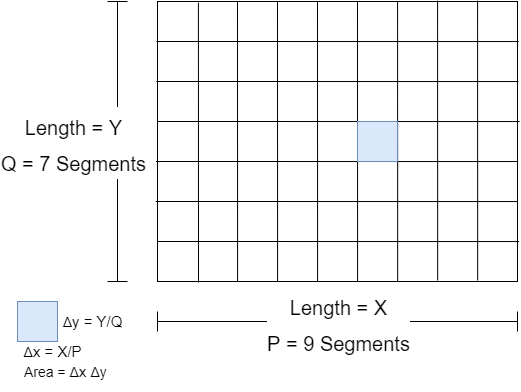
Earlier version of the draw.io export JupyterNotebook/images/rectangular_geometry.png (jdumont01/HeatEquation). Source tidied: cells renumbered, new cells last; positions are measured from the earlier drawing's top-left corner, leaving out a move shared by most shapes. Source of this version:
```xml
<mxGraphModel math="1">
  <root>
    <mxCell id="0" />
    <mxCell id="1" parent="0" />
    <mxCell id="2" style="rounded=0;whiteSpace=wrap;html=1;" parent="1" vertex="1">
      <mxGeometry x="140" y="1" width="360" height="280" as="geometry" />
    </mxCell>
    <mxCell id="3" style="endArrow=none;html=1;rounded=0;entryX=0.122;entryY=0.004;entryDx=0;entryDy=0;entryPerimeter=0;" parent="1" edge="1">
      <mxGeometry relative="1" as="geometry">
        <mxPoint x="181" y="282" as="sourcePoint" />
        <mxPoint x="180.9" y="2.1" as="targetPoint" />
      </mxGeometry>
    </mxCell>
    <mxCell id="4" style="endArrow=none;html=1;rounded=0;entryX=0.122;entryY=0.004;entryDx=0;entryDy=0;entryPerimeter=0;" parent="1" edge="1">
      <mxGeometry relative="1" as="geometry">
        <mxPoint x="220.1" y="280.9" as="sourcePoint" />
        <mxPoint x="220" y="1" as="targetPoint" />
      </mxGeometry>
    </mxCell>
    <mxCell id="5" style="endArrow=none;html=1;rounded=0;entryX=0.122;entryY=0.004;entryDx=0;entryDy=0;entryPerimeter=0;" parent="1" edge="1">
      <mxGeometry relative="1" as="geometry">
        <mxPoint x="260.1" y="281" as="sourcePoint" />
        <mxPoint x="260" y="1.1" as="targetPoint" />
      </mxGeometry>
    </mxCell>
    <mxCell id="6" style="endArrow=none;html=1;rounded=0;entryX=0.122;entryY=0.004;entryDx=0;entryDy=0;entryPerimeter=0;" parent="1" edge="1">
      <mxGeometry relative="1" as="geometry">
        <mxPoint x="300.1" y="281" as="sourcePoint" />
        <mxPoint x="300" y="1.1" as="targetPoint" />
      </mxGeometry>
    </mxCell>
    <mxCell id="7" style="endArrow=none;html=1;rounded=0;entryX=0.122;entryY=0.004;entryDx=0;entryDy=0;entryPerimeter=0;" parent="1" edge="1">
      <mxGeometry relative="1" as="geometry">
        <mxPoint x="340.1" y="281" as="sourcePoint" />
        <mxPoint x="340" y="1.1" as="targetPoint" />
      </mxGeometry>
    </mxCell>
    <mxCell id="8" style="endArrow=none;html=1;rounded=0;entryX=0.122;entryY=0.004;entryDx=0;entryDy=0;entryPerimeter=0;" parent="1" edge="1">
      <mxGeometry relative="1" as="geometry">
        <mxPoint x="380.2" y="280.9" as="sourcePoint" />
        <mxPoint x="380.1" y="1" as="targetPoint" />
      </mxGeometry>
    </mxCell>
    <mxCell id="9" style="endArrow=none;html=1;rounded=0;entryX=0.122;entryY=0.004;entryDx=0;entryDy=0;entryPerimeter=0;" parent="1" edge="1">
      <mxGeometry relative="1" as="geometry">
        <mxPoint x="420.2" y="280" as="sourcePoint" />
        <mxPoint x="420.1" y="0.1" as="targetPoint" />
      </mxGeometry>
    </mxCell>
    <mxCell id="10" style="endArrow=none;html=1;rounded=0;entryX=0.122;entryY=0.004;entryDx=0;entryDy=0;entryPerimeter=0;" parent="1" edge="1">
      <mxGeometry relative="1" as="geometry">
        <mxPoint x="460.2" y="280" as="sourcePoint" />
        <mxPoint x="460.1" y="0.1" as="targetPoint" />
      </mxGeometry>
    </mxCell>
    <mxCell id="11" style="endArrow=none;html=1;rounded=0;entryX=1.006;entryY=0.143;entryDx=0;entryDy=0;entryPerimeter=0;" parent="1" edge="1">
      <mxGeometry relative="1" as="geometry">
        <mxPoint x="139" y="41" as="sourcePoint" />
        <mxPoint x="501.2" y="41" as="targetPoint" />
      </mxGeometry>
    </mxCell>
    <mxCell id="12" style="endArrow=none;html=1;rounded=0;entryX=1.006;entryY=0.143;entryDx=0;entryDy=0;entryPerimeter=0;" parent="1" edge="1">
      <mxGeometry relative="1" as="geometry">
        <mxPoint x="138.8" y="81" as="sourcePoint" />
        <mxPoint x="501" y="81" as="targetPoint" />
      </mxGeometry>
    </mxCell>
    <mxCell id="13" style="endArrow=none;html=1;rounded=0;entryX=1.006;entryY=0.143;entryDx=0;entryDy=0;entryPerimeter=0;" parent="1" edge="1">
      <mxGeometry relative="1" as="geometry">
        <mxPoint x="140" y="121" as="sourcePoint" />
        <mxPoint x="502.2" y="121" as="targetPoint" />
      </mxGeometry>
    </mxCell>
    <mxCell id="14" style="endArrow=none;html=1;rounded=0;entryX=1.006;entryY=0.143;entryDx=0;entryDy=0;entryPerimeter=0;" parent="1" edge="1">
      <mxGeometry relative="1" as="geometry">
        <mxPoint x="138.5" y="161" as="sourcePoint" />
        <mxPoint x="500.7" y="161" as="targetPoint" />
      </mxGeometry>
    </mxCell>
    <mxCell id="15" style="endArrow=none;html=1;rounded=0;entryX=1.006;entryY=0.143;entryDx=0;entryDy=0;entryPerimeter=0;" parent="1" edge="1">
      <mxGeometry relative="1" as="geometry">
        <mxPoint x="138.3" y="201" as="sourcePoint" />
        <mxPoint x="500.5" y="201" as="targetPoint" />
      </mxGeometry>
    </mxCell>
    <mxCell id="16" style="endArrow=none;html=1;rounded=0;entryX=1.006;entryY=0.143;entryDx=0;entryDy=0;entryPerimeter=0;" parent="1" edge="1">
      <mxGeometry relative="1" as="geometry">
        <mxPoint x="139.5" y="241" as="sourcePoint" />
        <mxPoint x="501.7" y="241" as="targetPoint" />
      </mxGeometry>
    </mxCell>
    <mxCell id="17" style="endArrow=none;html=1;rounded=0;" parent="1" edge="1">
      <mxGeometry relative="1" as="geometry">
        <mxPoint x="140" y="321" as="sourcePoint" />
        <mxPoint x="500" y="321" as="targetPoint" />
      </mxGeometry>
    </mxCell>
    <mxCell id="18" value="&lt;font style=&quot;font-size: 20px&quot;&gt;Length = X&lt;br&gt;P = 9 Segments&lt;/font&gt;" style="edgeLabel;html=1;align=center;verticalAlign=middle;fontSize=30;" parent="17" vertex="1">
      <mxGeometry x="0.16" relative="1" as="geometry">
        <mxPoint x="-28" as="offset" />
      </mxGeometry>
    </mxCell>
    <mxCell id="19" style="endArrow=none;html=1;rounded=0;" parent="1" edge="1">
      <mxGeometry relative="1" as="geometry">
        <mxPoint x="100" y="281" as="sourcePoint" />
        <mxPoint x="100" y="1" as="targetPoint" />
      </mxGeometry>
    </mxCell>
    <mxCell id="20" value="&lt;font style=&quot;font-size: 20px&quot;&gt;Length = Y&lt;br&gt;Q = 7 Segments&lt;/font&gt;" style="edgeLabel;html=1;align=center;verticalAlign=middle;fontSize=30;" parent="19" vertex="1">
      <mxGeometry x="0.16" relative="1" as="geometry">
        <mxPoint x="-45" y="22" as="offset" />
      </mxGeometry>
    </mxCell>
    <mxCell id="21" style="endArrow=none;html=1;rounded=0;fontSize=30;" parent="1" edge="1">
      <mxGeometry relative="1" as="geometry">
        <mxPoint x="140" y="331" as="sourcePoint" />
        <mxPoint x="140" y="311" as="targetPoint" />
      </mxGeometry>
    </mxCell>
    <mxCell id="22" style="endArrow=none;html=1;rounded=0;fontSize=30;" parent="1" edge="1">
      <mxGeometry relative="1" as="geometry">
        <mxPoint x="500" y="331" as="sourcePoint" />
        <mxPoint x="500" y="311" as="targetPoint" />
      </mxGeometry>
    </mxCell>
    <mxCell id="23" style="endArrow=none;html=1;rounded=0;fontSize=30;" parent="1" edge="1">
      <mxGeometry relative="1" as="geometry">
        <mxPoint x="110" y="281" as="sourcePoint" />
        <mxPoint x="90" y="281" as="targetPoint" />
      </mxGeometry>
    </mxCell>
    <mxCell id="24" style="endArrow=none;html=1;rounded=0;fontSize=30;" parent="1" edge="1">
      <mxGeometry relative="1" as="geometry">
        <mxPoint x="110" y="1" as="sourcePoint" />
        <mxPoint x="90" y="1" as="targetPoint" />
      </mxGeometry>
    </mxCell>
    <mxCell id="25" style="whiteSpace=wrap;html=1;fontSize=30;fillColor=#dae8fc;strokeColor=#6c8ebf;" parent="1" vertex="1">
      <mxGeometry x="340" y="121" width="40" height="40" as="geometry" />
    </mxCell>
    <mxCell id="26" value="&lt;font style=&quot;font-size: 15px&quot;&gt;&lt;span style=&quot;font-size: 14px&quot;&gt;Δ&lt;/span&gt;y = Y/Q&lt;/font&gt;" style="text;html=1;align=center;verticalAlign=middle;fillColor=none;strokeColor=none;rounded=0;fontSize=30;" parent="1" vertex="1">
      <mxGeometry x="40" y="291" width="70" height="50" as="geometry" />
    </mxCell>
    <mxCell id="27" style="whiteSpace=wrap;html=1;fontSize=30;fillColor=#dae8fc;strokeColor=#6c8ebf;" parent="1" vertex="1">
      <mxGeometry y="301" width="40" height="40" as="geometry" />
    </mxCell>
    <mxCell id="28" value="&lt;font style=&quot;font-size: 15px&quot;&gt;&lt;span style=&quot;font-size: 14px&quot;&gt;Δ&lt;/span&gt;x = X/P&lt;/font&gt;" style="text;html=1;align=center;verticalAlign=middle;fillColor=none;strokeColor=none;rounded=0;fontSize=30;" parent="1" vertex="1">
      <mxGeometry y="321" width="70" height="50" as="geometry" />
    </mxCell>
    <mxCell id="29" value="&lt;font style=&quot;font-size: 15px&quot;&gt;&lt;span style=&quot;font-size: 14px&quot;&gt;Area = Δ&lt;/span&gt;x&amp;nbsp;&lt;/font&gt;&lt;span style=&quot;font-size: 14px&quot;&gt;Δy&lt;/span&gt;&lt;span style=&quot;font-size: 15px&quot;&gt;&amp;nbsp;&lt;/span&gt;" style="text;html=1;align=center;verticalAlign=middle;fillColor=none;strokeColor=none;rounded=0;fontSize=30;" parent="1" vertex="1">
      <mxGeometry y="341" width="100" height="50" as="geometry" />
    </mxCell>
  </root>
</mxGraphModel>
```
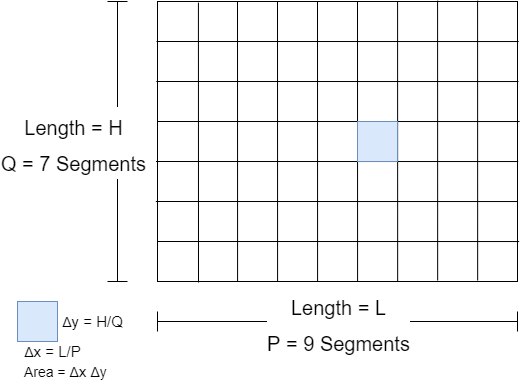
The same file after the commit.

Change to the diagram source:
```diff
@@ -95,7 +95,7 @@
         <mxPoint x="500" y="321" as="targetPoint" />
       </mxGeometry>
     </mxCell>
-    <mxCell id="18" value="&lt;font style=&quot;font-size: 20px&quot;&gt;Length = X&lt;br&gt;P = 9 Segments&lt;/font&gt;" style="edgeLabel;html=1;align=center;verticalAlign=middle;fontSize=30;" parent="17" vertex="1">
+    <mxCell id="18" value="&lt;font style=&quot;font-size: 20px&quot;&gt;Length = L&lt;br&gt;P = 9 Segments&lt;/font&gt;" style="edgeLabel;html=1;align=center;verticalAlign=middle;fontSize=30;" parent="17" vertex="1">
       <mxGeometry x="0.16" relative="1" as="geometry">
         <mxPoint x="-28" as="offset" />
       </mxGeometry>
@@ -106,7 +106,7 @@
         <mxPoint x="100" y="1" as="targetPoint" />
       </mxGeometry>
     </mxCell>
-    <mxCell id="20" value="&lt;font style=&quot;font-size: 20px&quot;&gt;Length = Y&lt;br&gt;Q = 7 Segments&lt;/font&gt;" style="edgeLabel;html=1;align=center;verticalAlign=middle;fontSize=30;" parent="19" vertex="1">
+    <mxCell id="20" value="&lt;font style=&quot;font-size: 20px&quot;&gt;Length = H&lt;br&gt;Q = 7 Segments&lt;/font&gt;" style="edgeLabel;html=1;align=center;verticalAlign=middle;fontSize=30;" parent="19" vertex="1">
       <mxGeometry x="0.16" relative="1" as="geometry">
         <mxPoint x="-45" y="22" as="offset" />
       </mxGeometry>
@@ -138,13 +138,13 @@
     <mxCell id="25" style="whiteSpace=wrap;html=1;fontSize=30;fillColor=#dae8fc;strokeColor=#6c8ebf;" parent="1" vertex="1">
       <mxGeometry x="340" y="121" width="40" height="40" as="geometry" />
     </mxCell>
-    <mxCell id="26" value="&lt;font style=&quot;font-size: 15px&quot;&gt;&lt;span style=&quot;font-size: 14px&quot;&gt;Δ&lt;/span&gt;y = Y/Q&lt;/font&gt;" style="text;html=1;align=center;verticalAlign=middle;fillColor=none;strokeColor=none;rounded=0;fontSize=30;" parent="1" vertex="1">
-      <mxGeometry x="40" y="291" width="70" height="50" as="geometry" />
+    <mxCell id="26" value="&lt;font style=&quot;font-size: 15px&quot;&gt;&lt;span style=&quot;font-size: 14px&quot;&gt;Δ&lt;/span&gt;y = H/Q&lt;/font&gt;" style="text;html=1;align=center;verticalAlign=middle;fillColor=none;strokeColor=none;rounded=0;fontSize=30;" parent="1" vertex="1">
+      <mxGeometry x="35" y="291" width="80" height="50" as="geometry" />
     </mxCell>
     <mxCell id="27" style="whiteSpace=wrap;html=1;fontSize=30;fillColor=#dae8fc;strokeColor=#6c8ebf;" parent="1" vertex="1">
       <mxGeometry y="301" width="40" height="40" as="geometry" />
     </mxCell>
-    <mxCell id="28" value="&lt;font style=&quot;font-size: 15px&quot;&gt;&lt;span style=&quot;font-size: 14px&quot;&gt;Δ&lt;/span&gt;x = X/P&lt;/font&gt;" style="text;html=1;align=center;verticalAlign=middle;fillColor=none;strokeColor=none;rounded=0;fontSize=30;" parent="1" vertex="1">
+    <mxCell id="28" value="&lt;font style=&quot;font-size: 15px&quot;&gt;&lt;span style=&quot;font-size: 14px&quot;&gt;Δ&lt;/span&gt;x = L/P&lt;/font&gt;" style="text;html=1;align=center;verticalAlign=middle;fillColor=none;strokeColor=none;rounded=0;fontSize=30;" parent="1" vertex="1">
       <mxGeometry y="321" width="70" height="50" as="geometry" />
     </mxCell>
     <mxCell id="29" value="&lt;font style=&quot;font-size: 15px&quot;&gt;&lt;span style=&quot;font-size: 14px&quot;&gt;Area = Δ&lt;/span&gt;x&amp;nbsp;&lt;/font&gt;&lt;span style=&quot;font-size: 14px&quot;&gt;Δy&lt;/span&gt;&lt;span style=&quot;font-size: 15px&quot;&gt;&amp;nbsp;&lt;/span&gt;" style="text;html=1;align=center;verticalAlign=middle;fillColor=none;strokeColor=none;rounded=0;fontSize=30;" parent="1" vertex="1">
```
